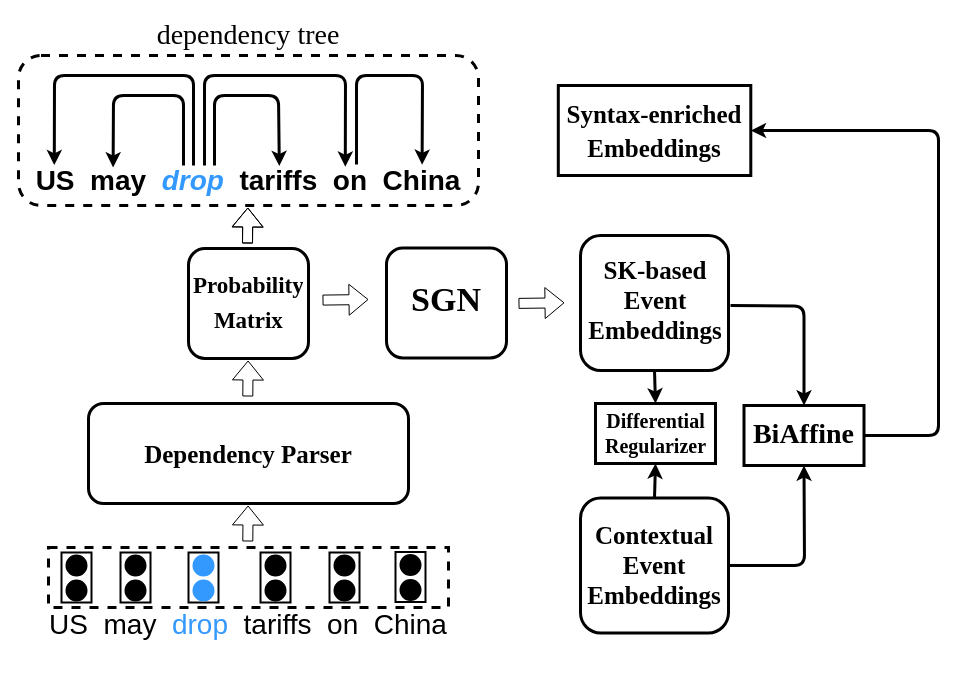
This is Untitled Diagram.drawio from DavidChengweiLiu/EKSGN, a draw.io file, before an edit. Source tidied: cells renumbered, new cells numbered last; positions are measured from the earlier drawing's top-left corner, leaving out a move shared by most shapes. Both pictures are drawn from the tidied source at 100%, with x=0, y=0 at pixel (18, 19).
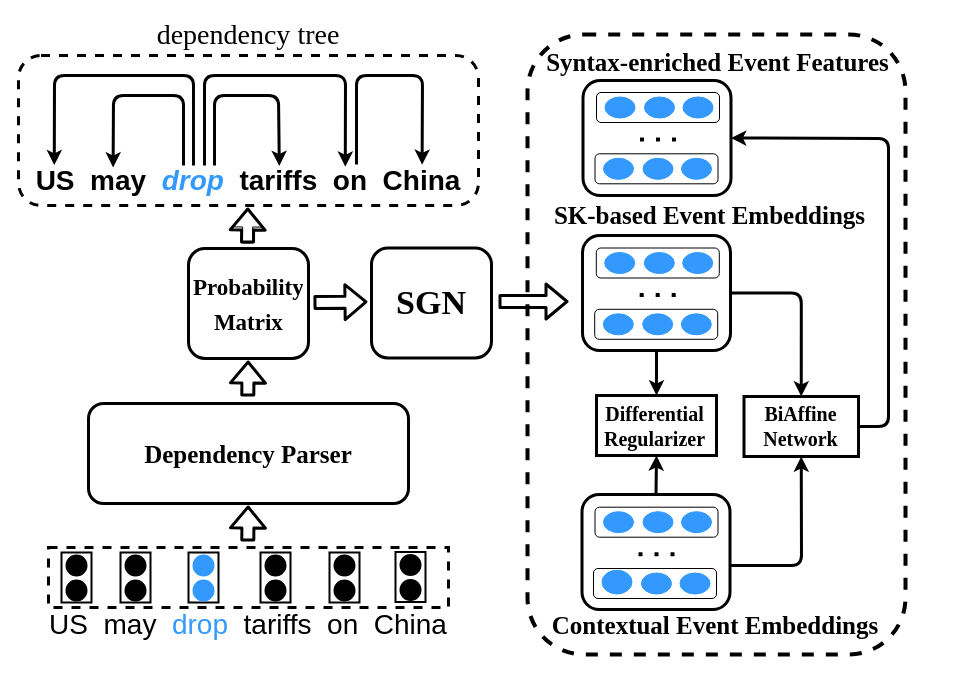
After the change.

Diff of the diagram source:
```diff
@@
-    <mxCell id="9" style="shape=flexArrow;endArrow=classic;html=1;rounded=1;fontSize=29;fontColor=#3399FF;exitX=1;exitY=0.5;exitDx=0;exitDy=0;" parent="1" edge="1">
+    <mxCell id="9" style="shape=flexArrow;endArrow=classic;html=1;rounded=1;fontSize=29;fontColor=#3399FF;strokeWidth=3;exitX=1;exitY=0.5;exitDx=0;exitDy=0;" parent="1" edge="1">
       <mxGeometry relative="1" as="geometry">
-        <mxPoint x="304" y="280.6" as="sourcePoint" />
-        <mxPoint x="350" y="280" as="targetPoint" />
+        <mxPoint x="295" y="283" as="sourcePoint" />
+        <mxPoint x="349" y="282.4" as="targetPoint" />
       </mxGeometry>
     </mxCell>
     <mxCell id="10" style="rounded=1;whiteSpace=wrap;html=1;fontSize=29;fontColor=#3399FF;strokeWidth=3;" parent="1" vertex="1">
-      <mxGeometry x="562" y="216" width="148" height="135" as="geometry" />
+      <mxGeometry x="564" y="216" width="148" height="115" as="geometry" />
     </mxCell>
@@
     <mxCell id="35" value="&lt;font face=&quot;Times New Roman&quot; size=&quot;1&quot; style=&quot;&quot; color=&quot;#000000&quot;&gt;&lt;b style=&quot;font-size: 23px;&quot;&gt;Probability Matrix&lt;/b&gt;&lt;/font&gt;" style="text;strokeColor=none;fillColor=none;align=center;verticalAlign=middle;spacingLeft=4;spacingRight=4;overflow=hidden;whiteSpace=wrap;html=1;fontSize=29;fontColor=#3399FF;strokeWidth=4;" parent="1" vertex="1">
-      <mxGeometry x="170" y="235" width="120" height="92" as="geometry" />
+      <mxGeometry x="170" y="237" width="120" height="92" as="geometry" />
     </mxCell>
@@
-    <mxCell id="37" style="shape=flexArrow;endArrow=classic;html=1;rounded=1;fontSize=29;fontColor=#3399FF;" parent="1" edge="1">
+    <mxCell id="37" style="shape=flexArrow;endArrow=classic;html=1;rounded=1;fontSize=29;fontColor=#3399FF;strokeWidth=3;" parent="1" edge="1">
       <mxGeometry relative="1" as="geometry">
         <mxPoint x="229.3" y="377" as="sourcePoint" />
         <mxPoint x="229.6" y="341" as="targetPoint" />
       </mxGeometry>
     </mxCell>
-    <mxCell id="38" style="shape=flexArrow;endArrow=classic;html=1;rounded=1;fontSize=29;fontColor=#3399FF;" parent="1" edge="1">
+    <mxCell id="38" style="shape=flexArrow;endArrow=classic;html=1;rounded=1;fontSize=29;fontColor=#3399FF;strokeWidth=3;" parent="1" edge="1">
       <mxGeometry relative="1" as="geometry">
         <mxPoint x="229" y="224" as="sourcePoint" />
         <mxPoint x="229.3" y="188" as="targetPoint" />
       </mxGeometry>
     </mxCell>
-    <mxCell id="39" style="shape=flexArrow;endArrow=classic;html=1;rounded=1;fontSize=29;fontColor=#3399FF;" parent="1" edge="1">
+    <mxCell id="39" style="shape=flexArrow;endArrow=classic;html=1;rounded=1;fontSize=29;fontColor=#3399FF;strokeWidth=3;" parent="1" edge="1">
       <mxGeometry relative="1" as="geometry">
         <mxPoint x="229.3" y="522" as="sourcePoint" />
         <mxPoint x="229.6" y="486" as="targetPoint" />
       </mxGeometry>
     </mxCell>
-    <mxCell id="40" style="edgeStyle=orthogonalEdgeStyle;jettySize=auto;html=1;fontFamily=Times New Roman;fontSize=21;exitX=1;exitY=0.5;exitDx=0;exitDy=0;rounded=1;strokeWidth=3;entryX=0.5;entryY=0;entryDx=0;entryDy=0;" parent="1" edge="1" target="48">
-      <mxGeometry relative="1" as="geometry">
-        <mxPoint x="712" y="286" as="sourcePoint" />
-      </mxGeometry>
+    <mxCell id="40" style="edgeStyle=orthogonalEdgeStyle;jettySize=auto;html=1;fontFamily=Times New Roman;fontSize=21;exitX=1;exitY=0.5;exitDx=0;exitDy=0;rounded=1;strokeWidth=3;entryX=0.5;entryY=0;entryDx=0;entryDy=0;" parent="1" edge="1" source="10" target="48">
+      <mxGeometry relative="1" as="geometry" />
     </mxCell>
-    <mxCell id="41" style="rounded=1;whiteSpace=wrap;html=1;fontSize=29;fontColor=#3399FF;strokeWidth=3;" parent="1" vertex="1">
-      <mxGeometry x="562" y="478.5" width="148" height="135" as="geometry" />
-    </mxCell>
     <mxCell id="42" style="rounded=1;whiteSpace=wrap;html=1;fontSize=29;fontColor=#3399FF;strokeWidth=3;" parent="1" vertex="1">
-      <mxGeometry x="368" y="228.5" width="120" height="110" as="geometry" />
+      <mxGeometry x="353" y="228.5" width="120" height="110" as="geometry" />
     </mxCell>
     <mxCell id="43" value="&lt;font face=&quot;Times New Roman&quot; size=&quot;1&quot; style=&quot;&quot; color=&quot;#000000&quot;&gt;&lt;b style=&quot;font-size: 34px;&quot;&gt;SGN&lt;/b&gt;&lt;/font&gt;" style="text;strokeColor=none;fillColor=none;align=center;verticalAlign=middle;spacingLeft=4;spacingRight=4;overflow=hidden;whiteSpace=wrap;html=1;fontSize=29;fontColor=#3399FF;strokeWidth=4;" parent="1" vertex="1">
-      <mxGeometry x="368" y="234.5" width="120" height="92" as="geometry" />
+      <mxGeometry x="353" y="239.2" width="120" height="89.5" as="geometry" />
     </mxCell>
-    <mxCell id="44" style="shape=flexArrow;endArrow=classic;html=1;rounded=1;fontSize=29;fontColor=#3399FF;exitX=1;exitY=0.5;exitDx=0;exitDy=0;" parent="1" edge="1">
+    <mxCell id="44" style="shape=flexArrow;endArrow=classic;html=1;rounded=1;fontSize=29;fontColor=#3399FF;strokeWidth=3;" parent="1" edge="1">
       <mxGeometry relative="1" as="geometry">
-        <mxPoint x="500" y="283.9" as="sourcePoint" />
-        <mxPoint x="546" y="283.3" as="targetPoint" />
+        <mxPoint x="480" y="282" as="sourcePoint" />
+        <mxPoint x="550" y="282" as="targetPoint" />
       </mxGeometry>
     </mxCell>
     <mxCell id="45" style="rounded=0;whiteSpace=wrap;html=1;strokeColor=#000000;strokeWidth=3;fontFamily=Times New Roman;fontSize=34;fillColor=none;gradientColor=default;" parent="1" vertex="1">
-      <mxGeometry x="577" y="384" width="120" height="60" as="geometry" />
+      <mxGeometry x="578" y="376" width="120" height="60" as="geometry" />
     </mxCell>
-    <mxCell id="46" style="endArrow=classic;html=1;rounded=1;fontSize=28;fontColor=#000000;strokeWidth=3;entryX=0.5;entryY=1;entryDx=0;entryDy=0;exitX=0.5;exitY=0;exitDx=0;exitDy=0;" parent="1" edge="1" source="41" target="45">
+    <mxCell id="46" style="endArrow=classic;html=1;rounded=1;fontSize=28;fontColor=#000000;strokeWidth=3;entryX=0.5;entryY=1;entryDx=0;entryDy=0;exitX=0.5;exitY=0;exitDx=0;exitDy=0;" parent="1" edge="1" source="66" target="45">
       <mxGeometry relative="1" as="geometry" />
     </mxCell>
     <mxCell id="47" value="&lt;p style=&quot;line-height: 60%;&quot;&gt;&lt;font style=&quot;font-size: 20px;&quot;&gt;&lt;b&gt;Differential&lt;br&gt;&lt;/b&gt;&lt;/font&gt;&lt;font style=&quot;font-size: 20px;&quot;&gt;&lt;b&gt;Regularizer&lt;/b&gt;&lt;/font&gt;&lt;/p&gt;" style="text;html=1;strokeColor=none;fillColor=none;align=center;verticalAlign=middle;whiteSpace=wrap;rounded=0;fontSize=34;fontFamily=Times New Roman;" parent="1" vertex="1">
-      <mxGeometry x="548.5" y="372" width="177" height="80" as="geometry" />
+      <mxGeometry x="548" y="365" width="177" height="80" as="geometry" />
     </mxCell>
     <mxCell id="48" style="rounded=0;whiteSpace=wrap;html=1;strokeColor=#000000;strokeWidth=3;fontFamily=Times New Roman;fontSize=34;fillColor=none;gradientColor=default;" parent="1" vertex="1">
-      <mxGeometry x="725.5" y="386" width="120" height="60" as="geometry" />
+      <mxGeometry x="725.5" y="377" width="114.5" height="60" as="geometry" />
     </mxCell>
-    <mxCell id="49" value="&lt;p style=&quot;line-height: 60%;&quot;&gt;&lt;b style=&quot;&quot;&gt;&lt;font style=&quot;font-size: 28px;&quot;&gt;BiAffine&lt;/font&gt;&lt;/b&gt;&lt;/p&gt;" style="text;html=1;strokeColor=none;fillColor=none;align=center;verticalAlign=middle;whiteSpace=wrap;rounded=0;fontSize=34;fontFamily=Times New Roman;" parent="1" vertex="1">
-      <mxGeometry x="697" y="374" width="177" height="80" as="geometry" />
-    </mxCell>
@@
-    <mxCell id="51" style="rounded=0;whiteSpace=wrap;html=1;strokeColor=#000000;strokeWidth=3;fontFamily=Times New Roman;fontSize=34;fillColor=none;gradientColor=default;" parent="1" vertex="1">
-      <mxGeometry x="539.8" y="66" width="192.5" height="90" as="geometry" />
-    </mxCell>
-    <mxCell id="52" style="endArrow=classic;html=1;rounded=1;strokeWidth=3;fontFamily=Times New Roman;fontSize=28;entryX=1;entryY=0.5;entryDx=0;entryDy=0;exitX=1;exitY=0.5;exitDx=0;exitDy=0;" parent="1" edge="1" source="48" target="51">
+    <mxCell id="52" style="endArrow=classic;html=1;rounded=1;strokeWidth=3;fontFamily=Times New Roman;fontSize=28;entryX=1;entryY=0.5;entryDx=0;entryDy=0;" parent="1" edge="1" target="76">
       <mxGeometry relative="1" as="geometry">
+        <mxPoint x="840" y="407" as="sourcePoint" />
         <Array as="points">
-          <mxPoint x="920" y="416" />
-          <mxPoint x="920" y="111" />
+          <mxPoint x="870" y="407" />
+          <mxPoint x="870" y="119" />
         </Array>
       </mxGeometry>
     </mxCell>
-    <mxCell id="53" value="&lt;font style=&quot;font-size: 25px;&quot;&gt;&lt;b&gt;Syntax-enriched&lt;br&gt;Embeddings&lt;/b&gt;&lt;/font&gt;" style="text;html=1;strokeColor=none;fillColor=none;align=center;verticalAlign=middle;whiteSpace=wrap;rounded=0;fontSize=28;fontFamily=Times New Roman;" parent="1" vertex="1">
-      <mxGeometry x="521" y="81" width="230" height="60" as="geometry" />
+    <mxCell id="53" value="&lt;font style=&quot;font-size: 25px;&quot;&gt;&lt;b&gt;Syntax-enriched Event Features&lt;/b&gt;&lt;/font&gt;" style="text;html=1;strokeColor=none;fillColor=none;align=center;verticalAlign=middle;whiteSpace=wrap;rounded=0;fontSize=28;fontFamily=Times New Roman;" parent="1" vertex="1">
+      <mxGeometry x="510" y="12" width="379" height="60" as="geometry" />
     </mxCell>
-    <mxCell id="54" value="&lt;b style=&quot;font-size: 25px;&quot;&gt;Contextual&lt;br&gt;Event&lt;br&gt;Embeddings&lt;/b&gt;" style="text;html=1;strokeColor=none;fillColor=none;align=center;verticalAlign=middle;whiteSpace=wrap;rounded=0;fontSize=23;fontFamily=Times New Roman;" parent="1" vertex="1">
-      <mxGeometry x="556" y="496" width="160" height="100" as="geometry" />
+    <mxCell id="54" value="&lt;b style=&quot;font-size: 25px;&quot;&gt;Contextual Event Embeddings&lt;/b&gt;" style="text;html=1;strokeColor=none;fillColor=none;align=center;verticalAlign=middle;whiteSpace=wrap;rounded=0;fontSize=23;fontFamily=Times New Roman;" parent="1" vertex="1">
+      <mxGeometry x="530" y="556" width="334" height="100" as="geometry" />
     </mxCell>
-    <mxCell id="55" value="&lt;b style=&quot;font-size: 25px;&quot;&gt;SK-based&lt;br&gt;Event&lt;br&gt;Embeddings&lt;/b&gt;" style="text;html=1;strokeColor=none;fillColor=none;align=center;verticalAlign=middle;whiteSpace=wrap;rounded=0;fontSize=23;fontFamily=Times New Roman;" parent="1" vertex="1">
-      <mxGeometry x="557" y="231" width="160" height="100" as="geometry" />
+    <mxCell id="55" value="&lt;b style=&quot;font-size: 25px;&quot;&gt;SK-based Event Embeddings&lt;/b&gt;" style="text;html=1;strokeColor=none;fillColor=none;align=center;verticalAlign=middle;whiteSpace=wrap;rounded=0;fontSize=23;fontFamily=Times New Roman;" parent="1" vertex="1">
+      <mxGeometry x="530" y="146" width="323" height="100" as="geometry" />
     </mxCell>
-    <mxCell id="56" style="endArrow=classic;html=1;rounded=1;strokeWidth=3;fontFamily=Times New Roman;fontSize=25;exitX=1;exitY=0.5;exitDx=0;exitDy=0;entryX=0.5;entryY=1;entryDx=0;entryDy=0;" parent="1" edge="1" source="41" target="48">
+    <mxCell id="56" style="endArrow=classic;html=1;rounded=1;strokeWidth=3;fontFamily=Times New Roman;fontSize=25;exitX=1;exitY=0.5;exitDx=0;exitDy=0;entryX=0.5;entryY=1;entryDx=0;entryDy=0;" parent="1" edge="1" target="48">
       <mxGeometry relative="1" as="geometry">
+        <mxPoint x="710" y="546" as="sourcePoint" />
         <Array as="points">
-          <mxPoint x="786" y="546" />
+          <mxPoint x="783" y="546" />
         </Array>
       </mxGeometry>
     </mxCell>
+    <mxCell id="57" style="rounded=1;whiteSpace=wrap;html=1;" parent="1" vertex="1">
+      <mxGeometry x="577.8" y="228.5" width="123" height="30" as="geometry" />
+    </mxCell>
+    <mxCell id="58" style="endArrow=none;dashed=1;html=1;dashPattern=1 3;strokeWidth=4;rounded=0;" parent="1" edge="1">
+      <mxGeometry relative="1" as="geometry">
+        <mxPoint x="657.2" y="275.5" as="sourcePoint" />
+        <mxPoint x="617.2" y="275.5" as="targetPoint" />
+      </mxGeometry>
+    </mxCell>
+    <mxCell id="59" style="ellipse;whiteSpace=wrap;html=1;strokeColor=#3399FF;fillColor=#3399FF;" parent="1" vertex="1">
+      <mxGeometry x="586.2" y="233" width="30" height="21" as="geometry" />
+    </mxCell>
+    <mxCell id="60" style="ellipse;whiteSpace=wrap;html=1;fillColor=#3399FF;strokeColor=#3399FF;" parent="1" vertex="1">
+      <mxGeometry x="625.8" y="233" width="30" height="21" as="geometry" />
+    </mxCell>
+    <mxCell id="61" style="ellipse;whiteSpace=wrap;html=1;fillColor=#3399FF;strokeColor=#3399FF;" parent="1" vertex="1">
+      <mxGeometry x="664.2" y="233" width="30" height="21" as="geometry" />
+    </mxCell>
+    <mxCell id="62" style="rounded=1;whiteSpace=wrap;html=1;" parent="1" vertex="1">
+      <mxGeometry x="576.2" y="289.8" width="123" height="30" as="geometry" />
+    </mxCell>
+    <mxCell id="63" style="ellipse;whiteSpace=wrap;html=1;fillColor=#3399FF;strokeColor=#3399FF;" parent="1" vertex="1">
+      <mxGeometry x="584.8" y="294.3" width="30" height="21" as="geometry" />
+    </mxCell>
+    <mxCell id="64" style="ellipse;whiteSpace=wrap;html=1;fillColor=#3399FF;strokeColor=#3399FF;" parent="1" vertex="1">
+      <mxGeometry x="624.2" y="294.3" width="30" height="21" as="geometry" />
+    </mxCell>
+    <mxCell id="65" style="ellipse;whiteSpace=wrap;html=1;strokeColor=#3399FF;fillColor=#3399FF;" parent="1" vertex="1">
+      <mxGeometry x="662.8" y="294.3" width="30" height="21" as="geometry" />
+    </mxCell>
+    <mxCell id="66" style="rounded=1;whiteSpace=wrap;html=1;fontSize=29;fontColor=#3399FF;strokeWidth=3;" parent="1" vertex="1">
+      <mxGeometry x="563.5" y="475" width="148" height="115" as="geometry" />
+    </mxCell>
+    <mxCell id="67" style="rounded=1;whiteSpace=wrap;html=1;" parent="1" vertex="1">
+      <mxGeometry x="576.5" y="487.7" width="123" height="30" as="geometry" />
+    </mxCell>
+    <mxCell id="68" style="endArrow=none;dashed=1;html=1;dashPattern=1 3;strokeWidth=4;rounded=0;" parent="1" edge="1">
+      <mxGeometry relative="1" as="geometry">
+        <mxPoint x="656" y="534.7" as="sourcePoint" />
+        <mxPoint x="616" y="534.7" as="targetPoint" />
+      </mxGeometry>
+    </mxCell>
+    <mxCell id="69" style="ellipse;whiteSpace=wrap;html=1;strokeColor=#3399FF;fillColor=#3399FF;" parent="1" vertex="1">
+      <mxGeometry x="585" y="492.2" width="30" height="21" as="geometry" />
+    </mxCell>
+    <mxCell id="70" style="ellipse;whiteSpace=wrap;html=1;fillColor=#3399FF;strokeColor=#3399FF;" parent="1" vertex="1">
+      <mxGeometry x="624.5" y="492.2" width="30" height="21" as="geometry" />
+    </mxCell>
+    <mxCell id="71" style="ellipse;whiteSpace=wrap;html=1;fillColor=#3399FF;strokeColor=#3399FF;" parent="1" vertex="1">
+      <mxGeometry x="663" y="492.2" width="30" height="21" as="geometry" />
+    </mxCell>
+    <mxCell id="72" style="rounded=1;whiteSpace=wrap;html=1;" parent="1" vertex="1">
+      <mxGeometry x="575" y="549" width="123" height="30" as="geometry" />
+    </mxCell>
+    <mxCell id="73" style="ellipse;whiteSpace=wrap;html=1;fillColor=#3399FF;strokeColor=#3399FF;" parent="1" vertex="1">
+      <mxGeometry x="583.5" y="550.7" width="30" height="23.8" as="geometry" />
+    </mxCell>
+    <mxCell id="74" style="ellipse;whiteSpace=wrap;html=1;fillColor=#3399FF;strokeColor=#3399FF;" parent="1" vertex="1">
+      <mxGeometry x="623" y="553.5" width="30" height="21" as="geometry" />
+    </mxCell>
+    <mxCell id="75" style="ellipse;whiteSpace=wrap;html=1;strokeColor=#3399FF;fillColor=#3399FF;" parent="1" vertex="1">
+      <mxGeometry x="661.5" y="553.5" width="30" height="21" as="geometry" />
+    </mxCell>
+    <mxCell id="76" style="rounded=1;whiteSpace=wrap;html=1;fontSize=29;fontColor=#3399FF;strokeWidth=3;" parent="1" vertex="1">
+      <mxGeometry x="564.5" y="61" width="148" height="115" as="geometry" />
+    </mxCell>
+    <mxCell id="77" style="rounded=1;whiteSpace=wrap;html=1;" parent="1" vertex="1">
+      <mxGeometry x="578" y="73" width="123" height="30" as="geometry" />
+    </mxCell>
+    <mxCell id="78" style="endArrow=none;dashed=1;html=1;dashPattern=1 3;strokeWidth=4;rounded=0;" parent="1" edge="1">
+      <mxGeometry relative="1" as="geometry">
+        <mxPoint x="657.5" y="120" as="sourcePoint" />
+        <mxPoint x="617.5" y="120" as="targetPoint" />
+      </mxGeometry>
+    </mxCell>
+    <mxCell id="79" style="ellipse;whiteSpace=wrap;html=1;strokeColor=#3399FF;fillColor=#3399FF;" parent="1" vertex="1">
+      <mxGeometry x="586.5" y="77.5" width="30" height="21" as="geometry" />
+    </mxCell>
+    <mxCell id="80" style="ellipse;whiteSpace=wrap;html=1;fillColor=#3399FF;strokeColor=#3399FF;" parent="1" vertex="1">
+      <mxGeometry x="626" y="77.5" width="30" height="21" as="geometry" />
+    </mxCell>
+    <mxCell id="81" style="ellipse;whiteSpace=wrap;html=1;fillColor=#3399FF;strokeColor=#3399FF;" parent="1" vertex="1">
+      <mxGeometry x="664.5" y="77.5" width="30" height="21" as="geometry" />
+    </mxCell>
+    <mxCell id="82" style="rounded=1;whiteSpace=wrap;html=1;" parent="1" vertex="1">
+      <mxGeometry x="576.5" y="134.3" width="123" height="30" as="geometry" />
+    </mxCell>
+    <mxCell id="83" style="ellipse;whiteSpace=wrap;html=1;fillColor=#3399FF;strokeColor=#3399FF;" parent="1" vertex="1">
+      <mxGeometry x="585" y="138.8" width="30" height="21" as="geometry" />
+    </mxCell>
+    <mxCell id="84" style="ellipse;whiteSpace=wrap;html=1;fillColor=#3399FF;strokeColor=#3399FF;" parent="1" vertex="1">
+      <mxGeometry x="624.5" y="138.8" width="30" height="21" as="geometry" />
+    </mxCell>
+    <mxCell id="85" style="ellipse;whiteSpace=wrap;html=1;strokeColor=#3399FF;fillColor=#3399FF;" parent="1" vertex="1">
+      <mxGeometry x="663" y="138.8" width="30" height="21" as="geometry" />
+    </mxCell>
+    <mxCell id="86" value="&lt;p style=&quot;line-height: 60%;&quot;&gt;&lt;font style=&quot;font-size: 20px;&quot;&gt;&lt;b&gt;BiAffine&lt;br&gt;&lt;/b&gt;&lt;/font&gt;&lt;font style=&quot;font-size: 20px;&quot;&gt;&lt;b&gt;Network&lt;/b&gt;&lt;/font&gt;&lt;/p&gt;" style="text;html=1;strokeColor=none;fillColor=none;align=center;verticalAlign=middle;whiteSpace=wrap;rounded=0;fontSize=34;fontFamily=Times New Roman;" parent="1" vertex="1">
+      <mxGeometry x="693.5" y="365" width="177" height="80" as="geometry" />
+    </mxCell>
+    <mxCell id="87" style="rounded=1;whiteSpace=wrap;html=1;strokeColor=#000000;fontSize=22;fillColor=none;dashed=1;strokeWidth=4;" parent="1" vertex="1">
+      <mxGeometry x="509" y="15" width="378" height="620" as="geometry" />
+    </mxCell>
```
